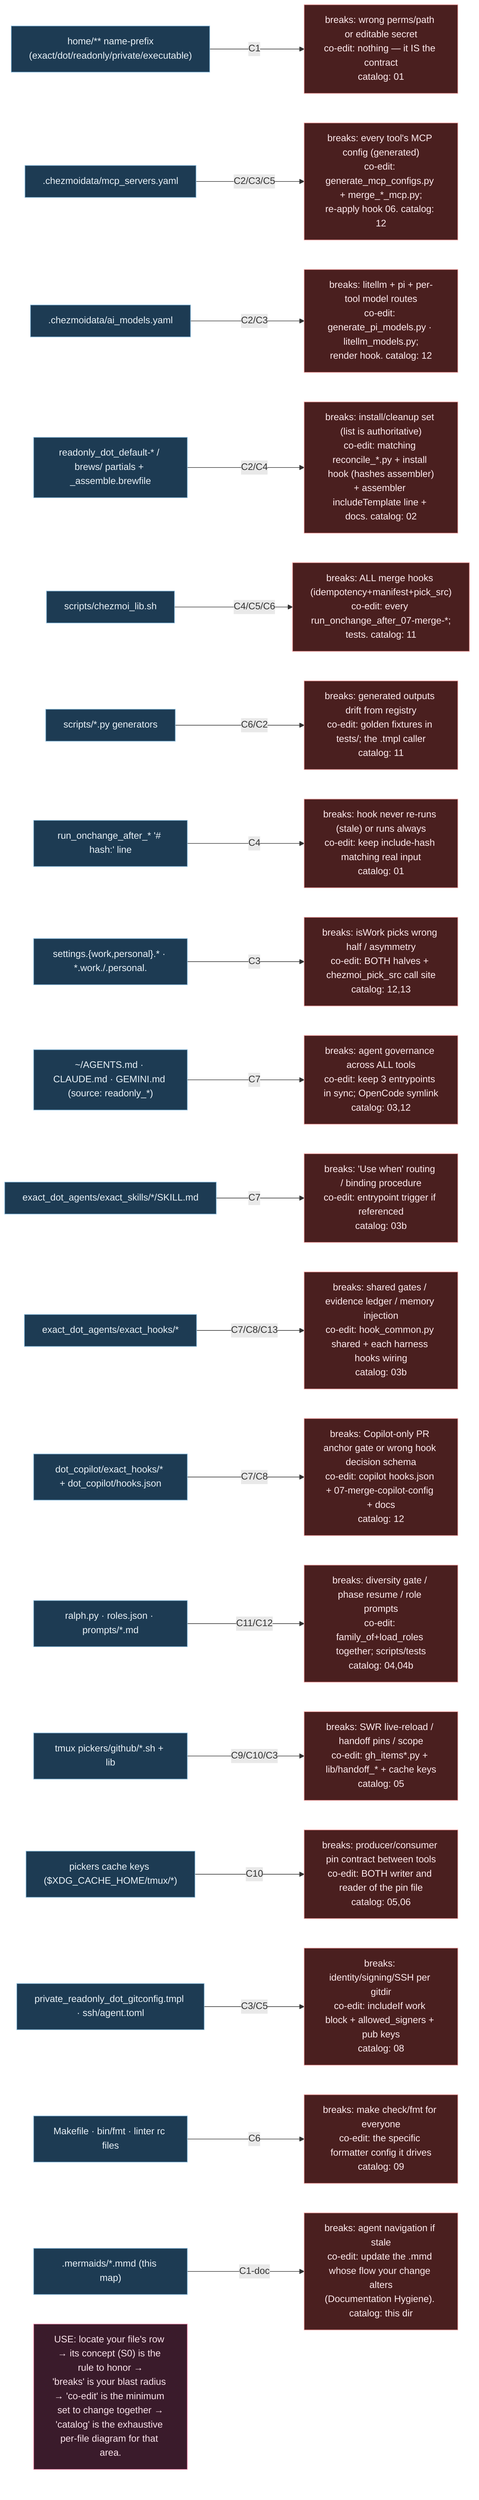
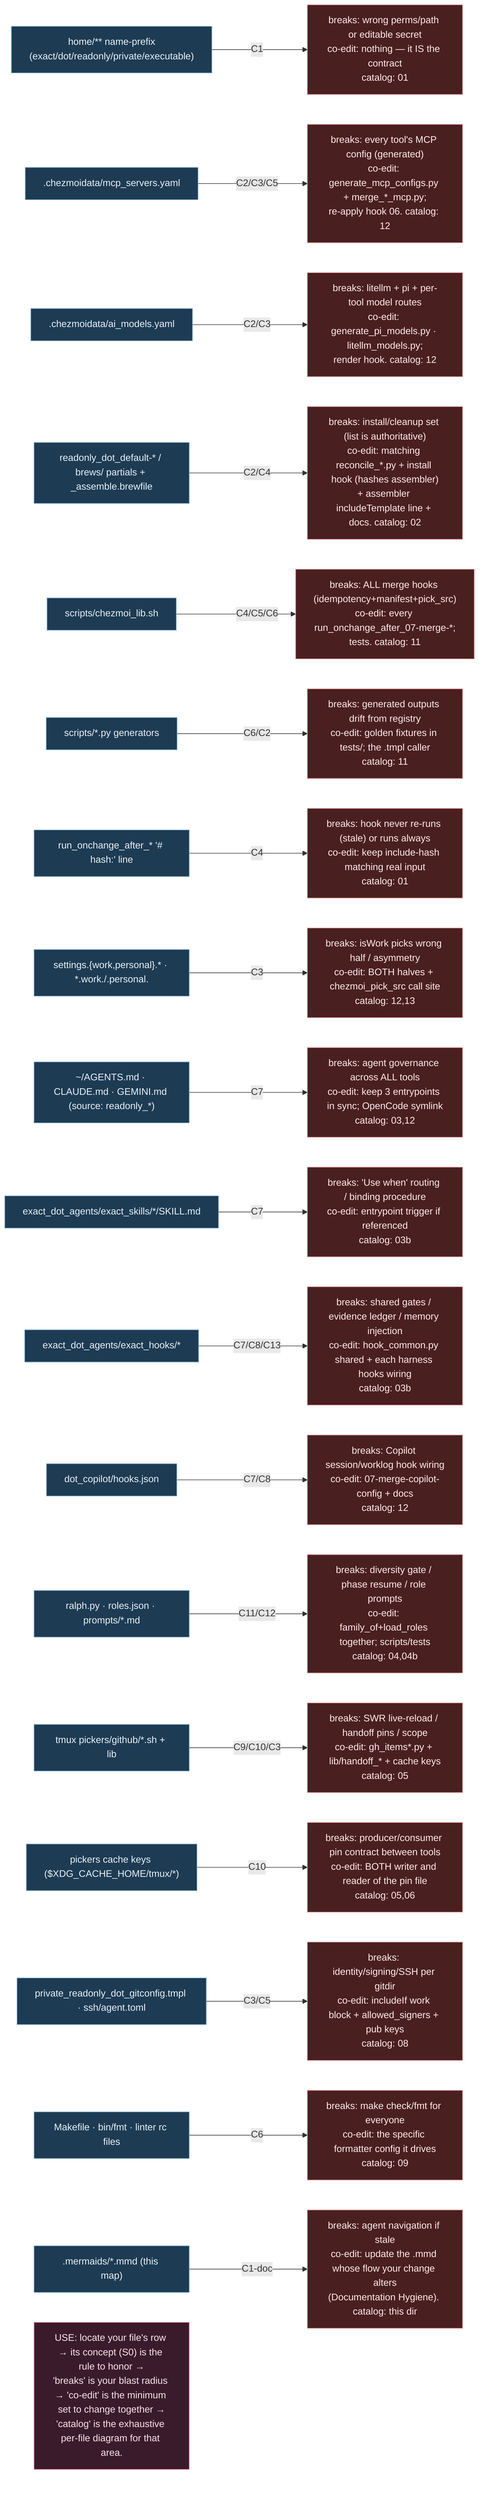
%% ============================================================================
%% SR-index.mmd — REVERSE INDEX ("maps into each particle").
%% Given a file/area you're about to touch, find: which CONCEPT it serves,
%% what BREAKS if you change it wrong, and the CO-EDIT SET (what must move with
%% it). This is the bridge from the semantic cloud (S0) down to the exhaustive
%% catalog (00-13). Concept IDs (C1..C13) refer to S0-concepts.mmd.
%% Mermaid note: rendered as a left→right map; for the dense table read source.
%% ============================================================================
flowchart LR
    classDef area fill:#1d3b53,stroke:#7fb3d5,color:#eaf2f8;
    classDef c fill:#3a1b2b,stroke:#f48fb1,color:#fce4ec;
    classDef brk fill:#4a1f1f,stroke:#ef9a9a,color:#ffebee;

    A1["home/** name-prefix<br/>(exact/dot/readonly/private/executable)"]:::area -->|C1| B1["breaks: wrong perms/path or editable secret<br/>co-edit: nothing — it IS the contract<br/>catalog: 01"]:::brk
    A2[".chezmoidata/mcp_servers.yaml"]:::area -->|C2/C3/C5| B2["breaks: every tool's MCP config (generated)<br/>co-edit: generate_mcp_configs.py + merge_*_mcp.py;<br/>re-apply hook 06. catalog: 12"]:::brk
    A3[".chezmoidata/ai_models.yaml"]:::area -->|C2/C3| B3["breaks: litellm + pi + per-tool model routes<br/>co-edit: generate_pi_models.py · litellm_models.py;<br/>render hook. catalog: 12"]:::brk
    A4["readonly_dot_default-* / brews/ partials + _assemble.brewfile"]:::area -->|C2/C4| B4["breaks: install/cleanup set (list is authoritative)<br/>co-edit: matching reconcile_*.py + install hook (hashes assembler)<br/>+ assembler includeTemplate line + docs. catalog: 02"]:::brk
    A5["scripts/chezmoi_lib.sh"]:::area -->|C4/C5/C6| B5["breaks: ALL merge hooks (idempotency+manifest+pick_src)<br/>co-edit: every run_onchange_after_07-merge-*;<br/>tests. catalog: 11"]:::brk
    A6["scripts/*.py generators"]:::area -->|C6/C2| B6["breaks: generated outputs drift from registry<br/>co-edit: golden fixtures in tests/; the .tmpl caller<br/>catalog: 11"]:::brk
    A7["run_onchange_after_* '# hash:' line"]:::area -->|C4| B7["breaks: hook never re-runs (stale) or runs always<br/>co-edit: keep include-hash matching real input<br/>catalog: 01"]:::brk
    A8["settings.{work,personal}.* · *.work./.personal."]:::area -->|C3| B8["breaks: isWork picks wrong half / asymmetry<br/>co-edit: BOTH halves + chezmoi_pick_src call site<br/>catalog: 12,13"]:::brk
    A9["~/AGENTS.md · CLAUDE.md · GEMINI.md (source: readonly_*)"]:::area -->|C7| B9["breaks: agent governance across ALL tools<br/>co-edit: keep 3 entrypoints in sync; OpenCode symlink<br/>catalog: 03,12"]:::brk
    A10["exact_dot_agents/exact_skills/*/SKILL.md"]:::area -->|C7| B10["breaks: 'Use when' routing / binding procedure<br/>co-edit: entrypoint trigger if referenced<br/>catalog: 03b"]:::brk
    A11["exact_dot_agents/exact_hooks/*"]:::area -->|C7/C8/C13| B11["breaks: shared gates / evidence ledger / memory injection<br/>co-edit: hook_common.py shared + each harness hooks wiring<br/>catalog: 03b"]:::brk
-     A11b["dot_copilot/exact_hooks/* + dot_copilot/hooks.json"]:::area -->|C7/C8| B11b["breaks: Copilot-only PR anchor gate or wrong hook decision schema<br/>co-edit: copilot hooks.json + 07-merge-copilot-config + docs<br/>catalog: 12"]:::brk
+     A11b["dot_copilot/hooks.json"]:::area -->|C7/C8| B11b["breaks: Copilot session/worklog hook wiring<br/>co-edit: 07-merge-copilot-config + docs<br/>catalog: 12"]:::brk
    A12["ralph.py · roles.json · prompts/*.md"]:::area -->|C11/C12| B12["breaks: diversity gate / phase resume / role prompts<br/>co-edit: family_of+load_roles together; scripts/tests<br/>catalog: 04,04b"]:::brk
    A13["tmux pickers/github/*.sh + lib"]:::area -->|C9/C10/C3| B13["breaks: SWR live-reload / handoff pins / scope<br/>co-edit: gh_items*.py + lib/handoff_* + cache keys<br/>catalog: 05"]:::brk
    A14["pickers cache keys ($XDG_CACHE_HOME/tmux/*)"]:::area -->|C10| B14["breaks: producer/consumer pin contract between tools<br/>co-edit: BOTH writer and reader of the pin file<br/>catalog: 05,06"]:::brk
    A15["private_readonly_dot_gitconfig.tmpl · ssh/agent.toml"]:::area -->|C3/C5| B15["breaks: identity/signing/SSH per gitdir<br/>co-edit: includeIf work block + allowed_signers + pub keys<br/>catalog: 08"]:::brk
    A16["Makefile · bin/fmt · linter rc files"]:::area -->|C6| B16["breaks: make check/fmt for everyone<br/>co-edit: the specific formatter config it drives<br/>catalog: 09"]:::brk
    A17[".mermaids/*.mmd (this map)"]:::area -->|C1-doc| B17["breaks: agent navigation if stale<br/>co-edit: update the .mmd whose flow your change alters<br/>(Documentation Hygiene). catalog: this dir"]:::brk

    GUIDE["USE: locate your file's row → its concept (S0) is the rule to honor →<br/>'breaks' is your blast radius → 'co-edit' is the minimum set to change together →<br/>'catalog' is the exhaustive per-file diagram for that area."]:::c
